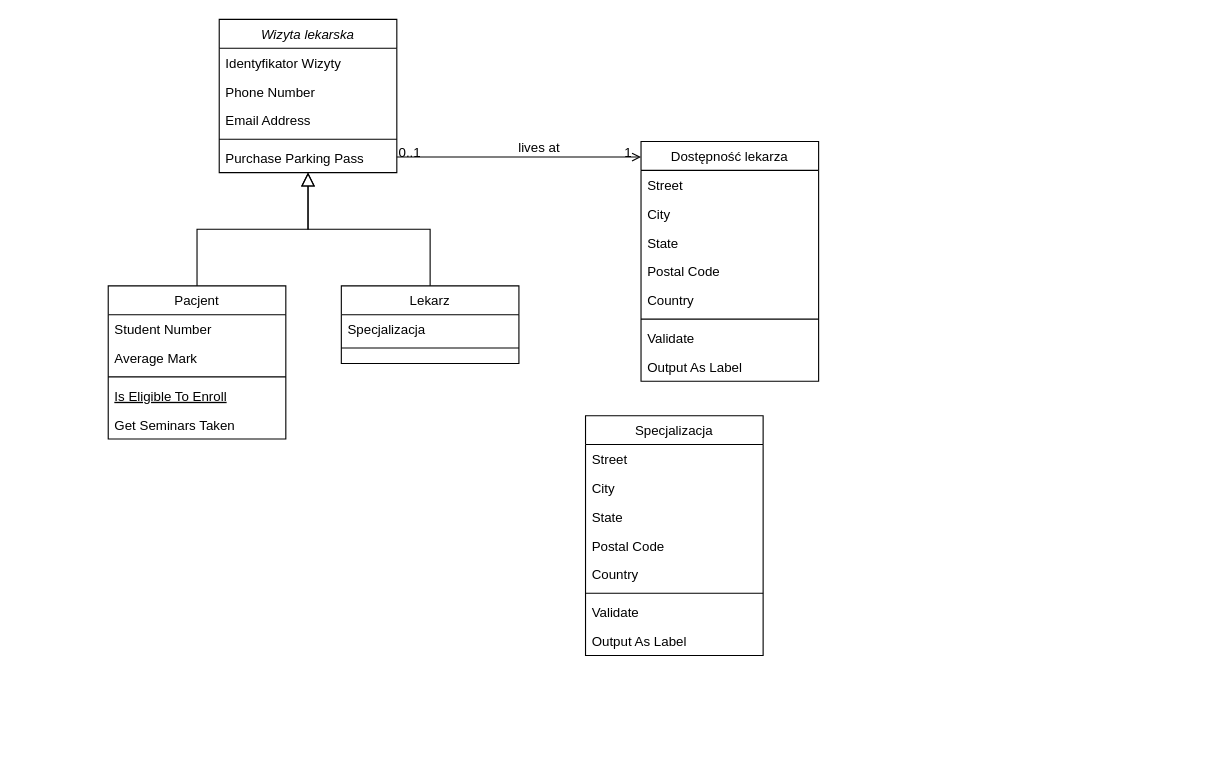
The draw.io diagram Diagram klas.drawio in oputyk/wit-computer-science-engineering-thesis, before the edit. Source tidied: cells renumbered, new cells numbered last; positions are measured from the earlier drawing's top-left corner, leaving out a move shared by most shapes. Both pictures are drawn from the tidied source at 111%, with x=0, y=0 at pixel (108, 19).
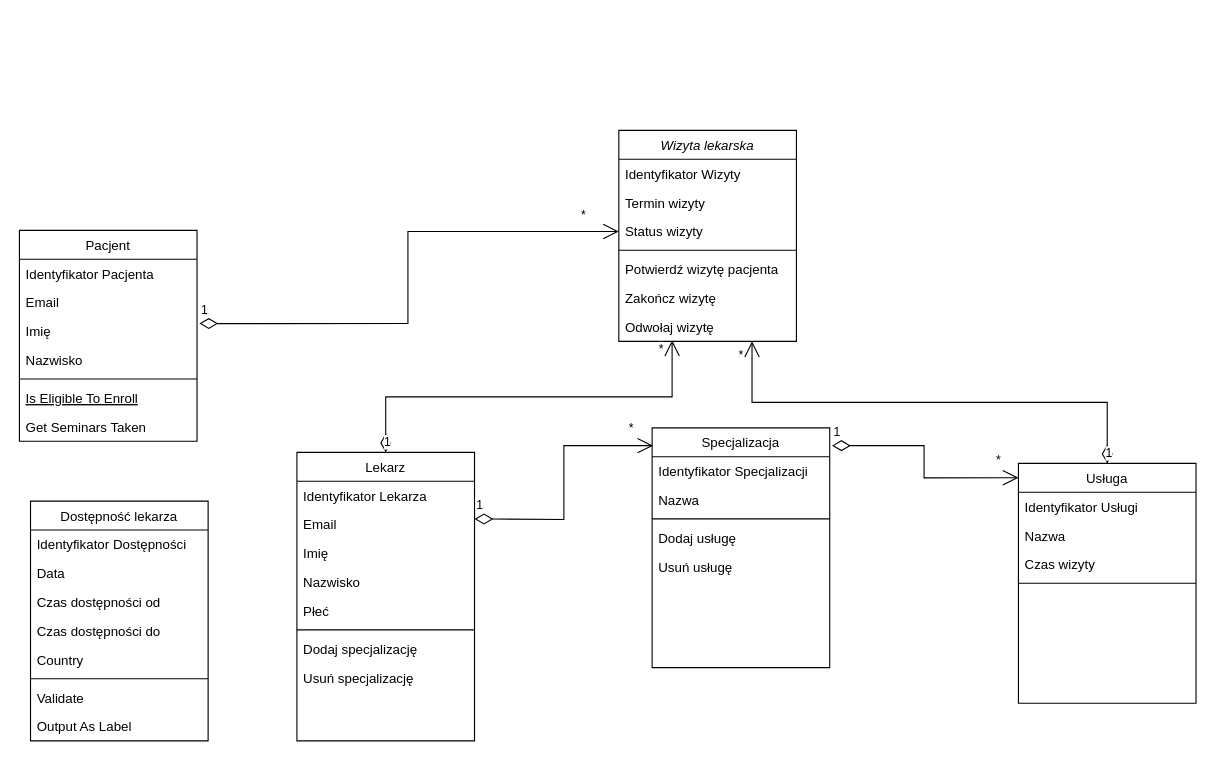
Above is the later version.

Commit message:
diagram klas wip

The edit, as a diff of the source:
```diff
@@
     <mxCell id="2" value="Wizyta lekarska" style="swimlane;fontStyle=2;align=center;verticalAlign=top;horizontal=1;startSize=26;rounded=0;shadow=0;strokeWidth=1;" parent="1" vertex="1">
-      <mxGeometry x="100" width="160" height="138" as="geometry" />
+      <mxGeometry x="460" y="100" width="160" height="190" as="geometry" />
     </mxCell>
@@
-    <mxCell id="4" value="Phone Number" style="text;align=left;verticalAlign=top;spacingLeft=4;spacingRight=4;overflow=hidden;rounded=0;shadow=0;html=0;" parent="2" vertex="1">
+    <mxCell id="4" value="Termin wizyty" style="text;align=left;verticalAlign=top;spacingLeft=4;spacingRight=4;overflow=hidden;rounded=0;shadow=0;html=0;" parent="2" vertex="1">
       <mxGeometry y="52" width="160" height="26" as="geometry" />
     </mxCell>
-    <mxCell id="5" value="Email Address" style="text;align=left;verticalAlign=top;spacingLeft=4;spacingRight=4;overflow=hidden;points=[[0,0.5],[1,0.5]];portConstraint=eastwest;rounded=0;shadow=0;html=0;" parent="2" vertex="1">
+    <mxCell id="5" value="Status wizyty" style="text;align=left;verticalAlign=top;spacingLeft=4;spacingRight=4;overflow=hidden;points=[[0,0.5],[1,0.5]];portConstraint=eastwest;rounded=0;shadow=0;html=0;" parent="2" vertex="1">
       <mxGeometry y="78" width="160" height="26" as="geometry" />
     </mxCell>
@@
+    <mxCell id="41" value="Potwierdź wizytę pacjenta" style="text;align=left;verticalAlign=top;spacingLeft=4;spacingRight=4;overflow=hidden;" parent="2" vertex="1">
+      <mxGeometry y="112" width="160" height="26" as="geometry" />
+    </mxCell>
+    <mxCell id="42" value="Zakończ wizytę" style="text;align=left;verticalAlign=top;spacingLeft=4;spacingRight=4;overflow=hidden;" parent="2" vertex="1">
+      <mxGeometry y="138" width="160" height="26" as="geometry" />
+    </mxCell>
-    <mxCell id="7" value="Purchase Parking Pass" style="text;align=left;verticalAlign=top;spacingLeft=4;spacingRight=4;overflow=hidden;points=[[0,0.5],[1,0.5]];portConstraint=eastwest;" parent="2" vertex="1">
-      <mxGeometry y="112" width="160" height="26" as="geometry" />
+    <mxCell id="7" value="Odwołaj wizytę" style="text;align=left;verticalAlign=top;spacingLeft=4;spacingRight=4;overflow=hidden;points=[[0,0.5],[1,0.5]];portConstraint=eastwest;" parent="2" vertex="1">
+      <mxGeometry y="164" width="160" height="26" as="geometry" />
     </mxCell>
     <mxCell id="8" value="Pacjent" style="swimlane;fontStyle=0;align=center;verticalAlign=top;horizontal=1;startSize=26;rounded=0;shadow=0;strokeWidth=1;" parent="1" vertex="1">
-      <mxGeometry y="240" width="160" height="138" as="geometry" />
+      <mxGeometry x="-80" y="190" width="160" height="190" as="geometry" />
     </mxCell>
-    <mxCell id="9" value="Student Number" style="text;align=left;verticalAlign=top;spacingLeft=4;spacingRight=4;overflow=hidden;" parent="8" vertex="1">
+    <mxCell id="9" value="Identyfikator Pacjenta" style="text;align=left;verticalAlign=top;spacingLeft=4;spacingRight=4;overflow=hidden;" parent="8" vertex="1">
       <mxGeometry y="26" width="160" height="26" as="geometry" />
     </mxCell>
+    <mxCell id="43" value="Email" style="text;align=left;verticalAlign=top;spacingLeft=4;spacingRight=4;overflow=hidden;rounded=0;shadow=0;html=0;" parent="8" vertex="1">
+      <mxGeometry y="52" width="160" height="26" as="geometry" />
+    </mxCell>
-    <mxCell id="10" value="Average Mark" style="text;align=left;verticalAlign=top;spacingLeft=4;spacingRight=4;overflow=hidden;points=[[0,0.5],[1,0.5]];portConstraint=eastwest;rounded=0;shadow=0;html=0;" parent="8" vertex="1">
-      <mxGeometry y="52" width="160" height="26" as="geometry" />
+    <mxCell id="10" value="Imię" style="text;align=left;verticalAlign=top;spacingLeft=4;spacingRight=4;overflow=hidden;points=[[0,0.5],[1,0.5]];portConstraint=eastwest;rounded=0;shadow=0;html=0;" parent="8" vertex="1">
+      <mxGeometry y="78" width="160" height="26" as="geometry" />
     </mxCell>
+    <mxCell id="44" value="Nazwisko" style="text;align=left;verticalAlign=top;spacingLeft=4;spacingRight=4;overflow=hidden;rounded=0;shadow=0;html=0;" parent="8" vertex="1">
+      <mxGeometry y="104" width="160" height="26" as="geometry" />
+    </mxCell>
     <mxCell id="11" style="line;html=1;strokeWidth=1;align=left;verticalAlign=middle;spacingTop=-1;spacingLeft=3;spacingRight=3;labelPosition=right;" parent="8" vertex="1">
-      <mxGeometry y="78" width="160" height="8" as="geometry" />
+      <mxGeometry y="130" width="160" height="8" as="geometry" />
     </mxCell>
     <mxCell id="12" value="Is Eligible To Enroll" style="text;align=left;verticalAlign=top;spacingLeft=4;spacingRight=4;overflow=hidden;fontStyle=4;" parent="8" vertex="1">
-      <mxGeometry y="86" width="160" height="26" as="geometry" />
+      <mxGeometry y="138" width="160" height="26" as="geometry" />
     </mxCell>
     <mxCell id="13" value="Get Seminars Taken" style="text;align=left;verticalAlign=top;spacingLeft=4;spacingRight=4;overflow=hidden;" parent="8" vertex="1">
-      <mxGeometry y="112" width="160" height="26" as="geometry" />
+      <mxGeometry y="164" width="160" height="26" as="geometry" />
     </mxCell>
-    <mxCell id="14" style="endArrow=block;endSize=10;endFill=0;shadow=0;strokeWidth=1;rounded=0;edgeStyle=elbowEdgeStyle;elbow=vertical;" parent="1" edge="1" source="8" target="2">
-      <mxGeometry relative="1" as="geometry" />
-    </mxCell>
     <mxCell id="15" value="Lekarz" style="swimlane;fontStyle=0;align=center;verticalAlign=top;horizontal=1;startSize=26;rounded=0;shadow=0;strokeWidth=1;" parent="1" vertex="1">
-      <mxGeometry x="210" y="240" width="160" height="70" as="geometry" />
+      <mxGeometry x="170" y="390" width="160" height="260" as="geometry" />
     </mxCell>
-    <mxCell id="16" value="Specjalizacja" style="text;align=left;verticalAlign=top;spacingLeft=4;spacingRight=4;overflow=hidden;" parent="15" vertex="1">
+    <mxCell id="16" value="Identyfikator Lekarza" style="text;align=left;verticalAlign=top;spacingLeft=4;spacingRight=4;overflow=hidden;" parent="15" vertex="1">
       <mxGeometry y="26" width="160" height="26" as="geometry" />
     </mxCell>
+    <mxCell id="45" value="Email" style="text;align=left;verticalAlign=top;spacingLeft=4;spacingRight=4;overflow=hidden;" parent="15" vertex="1">
+      <mxGeometry y="52" width="160" height="26" as="geometry" />
+    </mxCell>
+    <mxCell id="46" value="Imię" style="text;align=left;verticalAlign=top;spacingLeft=4;spacingRight=4;overflow=hidden;" parent="15" vertex="1">
+      <mxGeometry y="78" width="160" height="26" as="geometry" />
+    </mxCell>
+    <mxCell id="47" value="Nazwisko" style="text;align=left;verticalAlign=top;spacingLeft=4;spacingRight=4;overflow=hidden;" parent="15" vertex="1">
+      <mxGeometry y="104" width="160" height="26" as="geometry" />
+    </mxCell>
+    <mxCell id="48" value="Płeć" style="text;align=left;verticalAlign=top;spacingLeft=4;spacingRight=4;overflow=hidden;" parent="15" vertex="1">
+      <mxGeometry y="130" width="160" height="26" as="geometry" />
+    </mxCell>
     <mxCell id="17" style="line;html=1;strokeWidth=1;align=left;verticalAlign=middle;spacingTop=-1;spacingLeft=3;spacingRight=3;labelPosition=right;" parent="15" vertex="1">
-      <mxGeometry y="52" width="160" height="8" as="geometry" />
+      <mxGeometry y="156" width="160" height="8" as="geometry" />
     </mxCell>
-    <mxCell id="18" style="endArrow=block;endSize=10;endFill=0;shadow=0;strokeWidth=1;rounded=0;edgeStyle=elbowEdgeStyle;elbow=vertical;" parent="1" edge="1" source="15" target="2">
-      <mxGeometry relative="1" as="geometry" />
-    </mxCell>
+    <mxCell id="49" value="Dodaj specjalizację" style="text;align=left;verticalAlign=top;spacingLeft=4;spacingRight=4;overflow=hidden;" parent="15" vertex="1">
+      <mxGeometry y="164" width="160" height="26" as="geometry" />
+    </mxCell>
+    <mxCell id="50" value="Usuń specjalizację" style="text;align=left;verticalAlign=top;spacingLeft=4;spacingRight=4;overflow=hidden;" parent="15" vertex="1">
+      <mxGeometry y="190" width="160" height="26" as="geometry" />
+    </mxCell>
     <mxCell id="19" value="Dostępność lekarza" style="swimlane;fontStyle=0;align=center;verticalAlign=top;horizontal=1;startSize=26;rounded=0;shadow=0;strokeWidth=1;" parent="1" vertex="1">
-      <mxGeometry x="480" y="110" width="160" height="216" as="geometry" />
+      <mxGeometry x="-70" y="434" width="160" height="216" as="geometry" />
     </mxCell>
-    <mxCell id="20" value="Street" style="text;align=left;verticalAlign=top;spacingLeft=4;spacingRight=4;overflow=hidden;" parent="19" vertex="1">
+    <mxCell id="20" value="Identyfikator Dostępności" style="text;align=left;verticalAlign=top;spacingLeft=4;spacingRight=4;overflow=hidden;" parent="19" vertex="1">
       <mxGeometry y="26" width="160" height="26" as="geometry" />
     </mxCell>
-    <mxCell id="21" value="City" style="text;align=left;verticalAlign=top;spacingLeft=4;spacingRight=4;overflow=hidden;rounded=0;shadow=0;html=0;" parent="19" vertex="1">
+    <mxCell id="21" value="Data" style="text;align=left;verticalAlign=top;spacingLeft=4;spacingRight=4;overflow=hidden;rounded=0;shadow=0;html=0;" parent="19" vertex="1">
       <mxGeometry y="52" width="160" height="26" as="geometry" />
     </mxCell>
-    <mxCell id="22" value="State" style="text;align=left;verticalAlign=top;spacingLeft=4;spacingRight=4;overflow=hidden;rounded=0;shadow=0;html=0;" parent="19" vertex="1">
+    <mxCell id="22" value="Czas dostępności od" style="text;align=left;verticalAlign=top;spacingLeft=4;spacingRight=4;overflow=hidden;rounded=0;shadow=0;html=0;" parent="19" vertex="1">
       <mxGeometry y="78" width="160" height="26" as="geometry" />
     </mxCell>
-    <mxCell id="23" value="Postal Code" style="text;align=left;verticalAlign=top;spacingLeft=4;spacingRight=4;overflow=hidden;rounded=0;shadow=0;html=0;" parent="19" vertex="1">
+    <mxCell id="23" value="Czas dostępności do" style="text;align=left;verticalAlign=top;spacingLeft=4;spacingRight=4;overflow=hidden;rounded=0;shadow=0;html=0;" parent="19" vertex="1">
       <mxGeometry y="104" width="160" height="26" as="geometry" />
     </mxCell>
@@
-    <mxCell id="28" style="endArrow=open;shadow=0;strokeWidth=1;rounded=0;endFill=1;edgeStyle=elbowEdgeStyle;elbow=vertical;" parent="1" edge="1" source="2" target="19">
-      <mxGeometry x="0.5" y="41" relative="1" as="geometry">
-        <mxPoint x="-40" y="32" as="offset" />
-      </mxGeometry>
-    </mxCell>
-    <mxCell id="29" value="0..1" style="align=left;verticalAlign=bottom;labelBackgroundColor=none;fontSize=12;" parent="28" vertex="1">
-      <mxGeometry x="-1" relative="1" as="geometry">
-        <mxPoint y="4" as="offset" />
-      </mxGeometry>
-    </mxCell>
-    <mxCell id="30" value="1" style="align=right;verticalAlign=bottom;labelBackgroundColor=none;fontSize=12;" parent="28" vertex="1">
-      <mxGeometry x="1" relative="1" as="geometry">
-        <mxPoint x="-7" y="4" as="offset" />
-      </mxGeometry>
-    </mxCell>
-    <mxCell id="31" value="lives at" style="text;html=1;align=center;verticalAlign=middle;labelBackgroundColor=none;rounded=0;shadow=0;strokeWidth=1;fontSize=12;" parent="28" vertex="1">
-      <mxGeometry x="0.5" y="49" relative="1" as="geometry">
-        <mxPoint x="-38" y="40" as="offset" />
-      </mxGeometry>
-    </mxCell>
     <mxCell id="32" value="Specjalizacja" style="swimlane;fontStyle=0;align=center;verticalAlign=top;horizontal=1;startSize=26;rounded=0;shadow=0;strokeWidth=1;" parent="1" vertex="1">
-      <mxGeometry x="430" y="357" width="160" height="216" as="geometry" />
+      <mxGeometry x="490" y="368" width="160" height="216" as="geometry" />
     </mxCell>
-    <mxCell id="33" value="Street" style="text;align=left;verticalAlign=top;spacingLeft=4;spacingRight=4;overflow=hidden;" parent="32" vertex="1">
+    <mxCell id="33" value="Identyfikator Specjalizacji" style="text;align=left;verticalAlign=top;spacingLeft=4;spacingRight=4;overflow=hidden;" parent="32" vertex="1">
       <mxGeometry y="26" width="160" height="26" as="geometry" />
     </mxCell>
-    <mxCell id="34" value="City" style="text;align=left;verticalAlign=top;spacingLeft=4;spacingRight=4;overflow=hidden;rounded=0;shadow=0;html=0;" parent="32" vertex="1">
+    <mxCell id="34" value="Nazwa" style="text;align=left;verticalAlign=top;spacingLeft=4;spacingRight=4;overflow=hidden;rounded=0;shadow=0;html=0;" parent="32" vertex="1">
       <mxGeometry y="52" width="160" height="26" as="geometry" />
     </mxCell>
-    <mxCell id="35" value="State" style="text;align=left;verticalAlign=top;spacingLeft=4;spacingRight=4;overflow=hidden;rounded=0;shadow=0;html=0;" parent="32" vertex="1">
-      <mxGeometry y="78" width="160" height="26" as="geometry" />
-    </mxCell>
-    <mxCell id="36" value="Postal Code" style="text;align=left;verticalAlign=top;spacingLeft=4;spacingRight=4;overflow=hidden;rounded=0;shadow=0;html=0;" parent="32" vertex="1">
-      <mxGeometry y="104" width="160" height="26" as="geometry" />
-    </mxCell>
-    <mxCell id="37" value="Country" style="text;align=left;verticalAlign=top;spacingLeft=4;spacingRight=4;overflow=hidden;rounded=0;shadow=0;html=0;" parent="32" vertex="1">
-      <mxGeometry y="130" width="160" height="26" as="geometry" />
-    </mxCell>
     <mxCell id="38" style="line;html=1;strokeWidth=1;align=left;verticalAlign=middle;spacingTop=-1;spacingLeft=3;spacingRight=3;labelPosition=right;" parent="32" vertex="1">
-      <mxGeometry y="156" width="160" height="8" as="geometry" />
+      <mxGeometry y="78" width="160" height="8" as="geometry" />
     </mxCell>
-    <mxCell id="39" value="Validate" style="text;align=left;verticalAlign=top;spacingLeft=4;spacingRight=4;overflow=hidden;" parent="32" vertex="1">
-      <mxGeometry y="164" width="160" height="26" as="geometry" />
-    </mxCell>
-    <mxCell id="40" value="Output As Label" style="text;align=left;verticalAlign=top;spacingLeft=4;spacingRight=4;overflow=hidden;" parent="32" vertex="1">
-      <mxGeometry y="190" width="160" height="26" as="geometry" />
-    </mxCell>
+    <mxCell id="51" value="Dodaj usługę" style="text;align=left;verticalAlign=top;spacingLeft=4;spacingRight=4;overflow=hidden;" parent="32" vertex="1">
+      <mxGeometry y="86" width="160" height="26" as="geometry" />
+    </mxCell>
+    <mxCell id="52" value="Usuń usługę" style="text;align=left;verticalAlign=top;spacingLeft=4;spacingRight=4;overflow=hidden;" parent="32" vertex="1">
+      <mxGeometry y="112" width="160" height="26" as="geometry" />
+    </mxCell>
+    <mxCell id="53" value="Usługa" style="swimlane;fontStyle=0;align=center;verticalAlign=top;horizontal=1;startSize=26;rounded=0;shadow=0;strokeWidth=1;" parent="1" vertex="1">
+      <mxGeometry x="820" y="400" width="160" height="216" as="geometry" />
+    </mxCell>
+    <mxCell id="54" value="Identyfikator Usługi" style="text;align=left;verticalAlign=top;spacingLeft=4;spacingRight=4;overflow=hidden;" parent="53" vertex="1">
+      <mxGeometry y="26" width="160" height="26" as="geometry" />
+    </mxCell>
+    <mxCell id="55" value="Nazwa" style="text;align=left;verticalAlign=top;spacingLeft=4;spacingRight=4;overflow=hidden;rounded=0;shadow=0;html=0;" parent="53" vertex="1">
+      <mxGeometry y="52" width="160" height="26" as="geometry" />
+    </mxCell>
+    <mxCell id="56" value="Czas wizyty" style="text;align=left;verticalAlign=top;spacingLeft=4;spacingRight=4;overflow=hidden;rounded=0;shadow=0;html=0;" parent="53" vertex="1">
+      <mxGeometry y="78" width="160" height="26" as="geometry" />
+    </mxCell>
+    <mxCell id="57" style="line;html=1;strokeWidth=1;align=left;verticalAlign=middle;spacingTop=-1;spacingLeft=3;spacingRight=3;labelPosition=right;" parent="53" vertex="1">
+      <mxGeometry y="104" width="160" height="8" as="geometry" />
+    </mxCell>
+    <mxCell id="58" value="1" style="endArrow=open;html=1;endSize=12;startArrow=diamondThin;startSize=14;startFill=0;edgeStyle=orthogonalEdgeStyle;align=left;verticalAlign=bottom;rounded=0;entryX=0.006;entryY=0.074;entryDx=0;entryDy=0;entryPerimeter=0;" parent="1" edge="1" target="32">
+      <mxGeometry x="-1" y="3" relative="1" as="geometry">
+        <mxPoint x="330" y="450" as="sourcePoint" />
+      </mxGeometry>
+    </mxCell>
+    <mxCell id="59" value="&lt;div&gt;*&lt;/div&gt;" style="edgeLabel;html=1;align=center;verticalAlign=middle;" parent="58" vertex="1">
+      <mxGeometry x="0.89" y="3" relative="1" as="geometry">
+        <mxPoint x="-8" y="-13" as="offset" />
+      </mxGeometry>
+    </mxCell>
+    <mxCell id="60" value="1" style="endArrow=open;html=1;endSize=12;startArrow=diamondThin;startSize=14;startFill=0;edgeStyle=orthogonalEdgeStyle;align=left;verticalAlign=bottom;rounded=0;entryX=0;entryY=0.06;entryDx=0;entryDy=0;entryPerimeter=0;exitX=1.013;exitY=0.074;exitDx=0;exitDy=0;exitPerimeter=0;" parent="1" edge="1" source="32" target="53">
+      <mxGeometry x="-1" y="3" relative="1" as="geometry" />
+    </mxCell>
+    <mxCell id="61" value="*" style="edgeLabel;html=1;align=center;verticalAlign=middle;" parent="60" vertex="1">
+      <mxGeometry x="0.89" y="3" relative="1" as="geometry">
+        <mxPoint x="-8" y="-13" as="offset" />
+      </mxGeometry>
+    </mxCell>
+    <mxCell id="62" value="1" style="endArrow=open;html=1;endSize=12;startArrow=diamondThin;startSize=14;startFill=0;edgeStyle=orthogonalEdgeStyle;align=left;verticalAlign=bottom;rounded=0;entryX=0.3;entryY=0.962;entryDx=0;entryDy=0;exitX=0.5;exitY=0;exitDx=0;exitDy=0;entryPerimeter=0;" parent="1" edge="1" source="15" target="7">
+      <mxGeometry x="-1" y="3" relative="1" as="geometry" />
+    </mxCell>
+    <mxCell id="63" value="*" style="edgeLabel;html=1;align=center;verticalAlign=middle;" parent="62" vertex="1">
+      <mxGeometry x="0.89" y="3" relative="1" as="geometry">
+        <mxPoint x="-8" y="-13" as="offset" />
+      </mxGeometry>
+    </mxCell>
+    <mxCell id="64" value="1" style="endArrow=open;html=1;endSize=12;startArrow=diamondThin;startSize=14;startFill=0;edgeStyle=orthogonalEdgeStyle;align=left;verticalAlign=bottom;rounded=0;entryX=0.75;entryY=1;entryDx=0;entryDy=0;exitX=0.5;exitY=0;exitDx=0;exitDy=0;" parent="1" edge="1" source="53" target="2">
+      <mxGeometry x="-1" y="3" relative="1" as="geometry" />
+    </mxCell>
+    <mxCell id="65" value="*" style="edgeLabel;html=1;align=center;verticalAlign=middle;" parent="64" vertex="1">
+      <mxGeometry x="0.89" y="3" relative="1" as="geometry">
+        <mxPoint x="-8" y="-13" as="offset" />
+      </mxGeometry>
+    </mxCell>
+    <mxCell id="66" value="1" style="endArrow=open;html=1;endSize=12;startArrow=diamondThin;startSize=14;startFill=0;edgeStyle=orthogonalEdgeStyle;align=left;verticalAlign=bottom;rounded=0;entryX=0;entryY=0.5;entryDx=0;entryDy=0;exitX=1.013;exitY=0.231;exitDx=0;exitDy=0;exitPerimeter=0;" parent="1" edge="1" source="10" target="5">
+      <mxGeometry x="-1" y="3" relative="1" as="geometry" />
+    </mxCell>
+    <mxCell id="67" value="*" style="edgeLabel;html=1;align=center;verticalAlign=middle;" parent="66" vertex="1">
+      <mxGeometry x="0.89" y="3" relative="1" as="geometry">
+        <mxPoint x="-8" y="-13" as="offset" />
+      </mxGeometry>
+    </mxCell>
```
